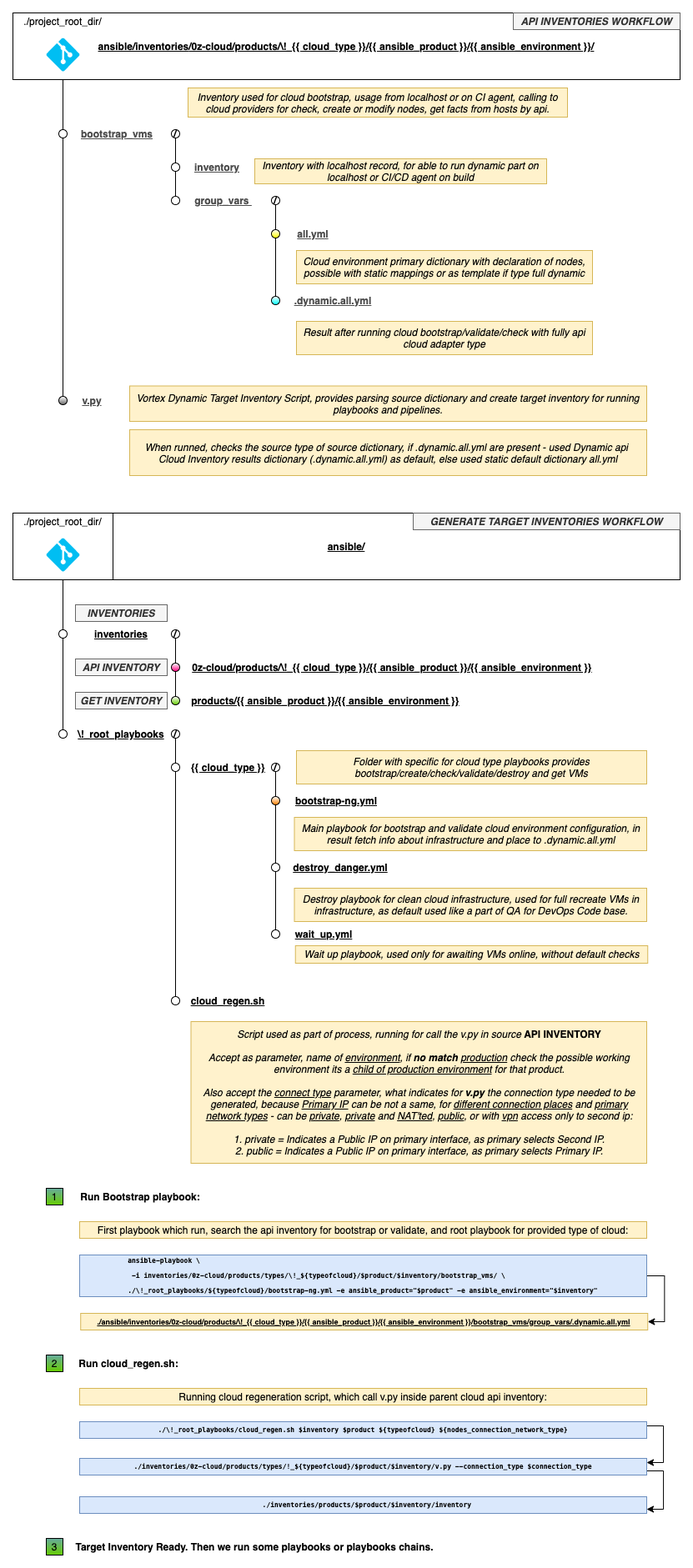
Earlier version of the draw.io export ansible/CI/repo_images/vortex_api_generate_flow.png (0z-cloud/vx). Source tidied: cells renumbered, new cells last; positions are measured from the earlier drawing's top-left corner, leaving out a move shared by most shapes.
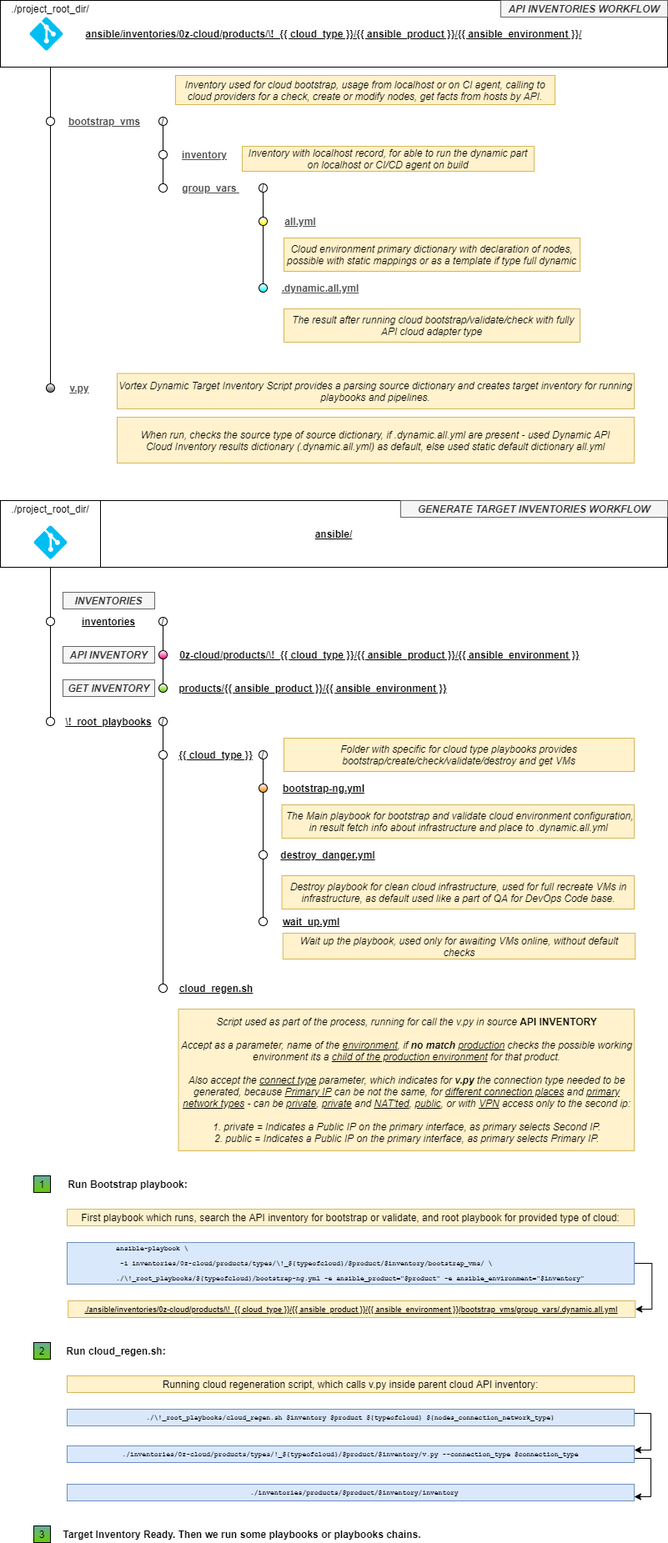
Later version of the same file.

The edit, as a diff of the source:
```diff
@@ -9,7 +9,7 @@
       <mxGeometry width="800" height="80" as="geometry" />
     </mxCell>
     <mxCell id="4" style="verticalLabelPosition=bottom;html=1;verticalAlign=top;align=center;strokeColor=none;fillColor=#00BEF2;shape=mxgraph.azure.git_repository;" parent="1" vertex="1">
-      <mxGeometry x="40" y="30" width="40" height="40" as="geometry" />
+      <mxGeometry x="35" y="20" width="40" height="40" as="geometry" />
     </mxCell>
     <mxCell id="5" value="./project_root_dir/" style="text;html=1;strokeColor=none;fillColor=none;align=center;verticalAlign=middle;whiteSpace=wrap;rounded=0;" parent="1" vertex="1">
       <mxGeometry x="40" width="40" height="20" as="geometry" />
@@ -49,7 +49,7 @@
     <mxCell id="16" value="&lt;u&gt;&lt;b&gt;inventory&lt;/b&gt;&lt;/u&gt;" style="text;html=1;strokeColor=none;fillColor=none;align=center;verticalAlign=middle;whiteSpace=wrap;rounded=0;labelBackgroundColor=none;fontFamily=Helvetica;fontColor=#4D4D4D;" parent="1" vertex="1">
       <mxGeometry x="210" y="175" width="70" height="20" as="geometry" />
     </mxCell>
-    <mxCell id="17" value="Inventory used for cloud bootstrap, usage from localhost or on CI agent, calling to cloud providers for check, create or modify nodes, get facts from hosts by api." style="text;html=1;strokeColor=#d6b656;fillColor=#fff2cc;align=center;verticalAlign=middle;whiteSpace=wrap;rounded=0;fontStyle=2;" parent="1" vertex="1">
+    <mxCell id="17" value="Inventory used for cloud bootstrap, usage from localhost or on CI agent, calling to cloud providers for a check, create or modify nodes, get facts from hosts by API." style="text;html=1;strokeColor=#d6b656;fillColor=#fff2cc;align=center;verticalAlign=middle;whiteSpace=wrap;rounded=0;fontStyle=2;" parent="1" vertex="1">
       <mxGeometry x="210" y="90" width="455" height="35" as="geometry" />
     </mxCell>
     <mxCell id="18" value="&lt;b&gt;&lt;u&gt;group_vars&amp;nbsp;&lt;/u&gt;&lt;/b&gt;" style="text;html=1;strokeColor=none;fillColor=none;align=center;verticalAlign=middle;whiteSpace=wrap;rounded=0;labelBackgroundColor=none;fontFamily=Helvetica;fontColor=#4D4D4D;" parent="1" vertex="1">
@@ -79,13 +79,13 @@
     <mxCell id="25" value="&lt;u&gt;.dynamic.all.yml&lt;/u&gt;" style="text;html=1;strokeColor=none;fillColor=none;align=center;verticalAlign=middle;whiteSpace=wrap;rounded=0;labelBackgroundColor=none;fontFamily=Helvetica;fontColor=#4D4D4D;fontStyle=1;" parent="1" vertex="1">
       <mxGeometry x="330" y="335" width="107.5" height="20" as="geometry" />
     </mxCell>
-    <mxCell id="26" value="Inventory with localhost record, for able to run dynamic part on localhost or CI/CD agent on build" style="text;html=1;strokeColor=#d6b656;fillColor=#fff2cc;align=center;verticalAlign=middle;whiteSpace=wrap;rounded=0;fontStyle=2;" parent="1" vertex="1">
+    <mxCell id="26" value="Inventory with localhost record, for able to run the dynamic part on localhost or CI/CD agent on build" style="text;html=1;strokeColor=#d6b656;fillColor=#fff2cc;align=center;verticalAlign=middle;whiteSpace=wrap;rounded=0;fontStyle=2;" parent="1" vertex="1">
       <mxGeometry x="290" y="175" width="350" height="30" as="geometry" />
     </mxCell>
-    <mxCell id="27" value="Cloud environment primary dictionary with declaration of nodes,&lt;br&gt;possible with static mappings or as template if type full dynamic" style="text;html=1;strokeColor=#d6b656;fillColor=#fff2cc;align=center;verticalAlign=middle;whiteSpace=wrap;rounded=0;fontStyle=2;" parent="1" vertex="1">
+    <mxCell id="27" value="Cloud environment primary dictionary with declaration of nodes,&lt;br&gt;possible with static mappings or as a template if type full dynamic" style="text;html=1;strokeColor=#d6b656;fillColor=#fff2cc;align=center;verticalAlign=middle;whiteSpace=wrap;rounded=0;fontStyle=2;" parent="1" vertex="1">
       <mxGeometry x="340" y="285" width="355" height="40" as="geometry" />
     </mxCell>
-    <mxCell id="28" value="Result after running cloud bootstrap/validate/check with fully api cloud adapter type" style="text;html=1;strokeColor=#d6b656;fillColor=#fff2cc;align=center;verticalAlign=middle;whiteSpace=wrap;rounded=0;fontStyle=2;" parent="1" vertex="1">
+    <mxCell id="28" value="&amp;nbsp;The result after running cloud bootstrap/validate/check with fully API cloud adapter type" style="text;html=1;strokeColor=#d6b656;fillColor=#fff2cc;align=center;verticalAlign=middle;whiteSpace=wrap;rounded=0;fontStyle=2;" parent="1" vertex="1">
       <mxGeometry x="340" y="370" width="355" height="40" as="geometry" />
     </mxCell>
     <mxCell id="29" style="endArrow=none;html=1;fontFamily=Helvetica;fontColor=#4D4D4D;entryX=0.5;entryY=1;entryDx=0;entryDy=0;" parent="1" edge="1" source="30" target="7">
@@ -102,10 +102,10 @@
     <mxCell id="32" value="v.py" style="text;html=1;strokeColor=none;fillColor=none;align=center;verticalAlign=middle;whiteSpace=wrap;rounded=0;labelBackgroundColor=none;fontFamily=Helvetica;fontColor=#4D4D4D;fontStyle=5;" parent="1" vertex="1">
       <mxGeometry x="80" y="455" width="30" height="20" as="geometry" />
     </mxCell>
-    <mxCell id="33" value="Vortex Dynamic Target Inventory Script, provides parsing source dictionary and create target inventory for running playbooks and pipelines." style="text;html=1;strokeColor=#d6b656;fillColor=#fff2cc;align=center;verticalAlign=middle;whiteSpace=wrap;rounded=0;fontStyle=2;" parent="1" vertex="1">
+    <mxCell id="33" value="Vortex Dynamic Target Inventory Script provides a parsing source dictionary and creates target inventory for running playbooks and pipelines." style="text;html=1;strokeColor=#d6b656;fillColor=#fff2cc;align=center;verticalAlign=middle;whiteSpace=wrap;rounded=0;fontStyle=2;" parent="1" vertex="1">
       <mxGeometry x="140" y="447.5" width="620" height="42.5" as="geometry" />
     </mxCell>
-    <mxCell id="34" value="&lt;span style=&quot;font-style: italic&quot;&gt;When runned, checks the source type of source dictionary, if .dynamic.all.yml are present - used Dynamic api &lt;br&gt;Cloud Inventory results dictionary (.dynamic.all.yml)&amp;nbsp;&lt;/span&gt;&lt;span style=&quot;font-style: italic&quot;&gt;as default, else used static default dictionary all.yml&lt;/span&gt;" style="text;html=1;strokeColor=#d6b656;fillColor=#fff2cc;align=center;verticalAlign=middle;whiteSpace=wrap;rounded=0;labelBackgroundColor=none;fontFamily=Helvetica;" parent="1" vertex="1">
+    <mxCell id="34" value="&lt;span style=&quot;font-style: italic&quot;&gt;When run, checks the source type of source dictionary, if .dynamic.all.yml are present - used Dynamic API&lt;br&gt;Cloud Inventory results dictionary (.dynamic.all.yml)&amp;nbsp;&lt;/span&gt;&lt;span style=&quot;font-style: italic&quot;&gt;as default, else used static default dictionary all.yml&lt;/span&gt;" style="text;html=1;strokeColor=#d6b656;fillColor=#fff2cc;align=center;verticalAlign=middle;whiteSpace=wrap;rounded=0;labelBackgroundColor=none;fontFamily=Helvetica;" parent="1" vertex="1">
       <mxGeometry x="140" y="500" width="620" height="55" as="geometry" />
     </mxCell>
     <mxCell id="35" style="rounded=0;whiteSpace=wrap;html=1;" parent="1" vertex="1">
@@ -229,7 +229,7 @@
     <mxCell id="71" value="&lt;b&gt;&lt;u&gt;wait_up.yml&lt;/u&gt;&lt;/b&gt;" style="text;html=1;strokeColor=none;fillColor=none;align=center;verticalAlign=middle;whiteSpace=wrap;rounded=0;labelBackgroundColor=none;fontFamily=Helvetica;fontColor=#000000;" parent="1" vertex="1">
       <mxGeometry x="337.5" y="1095" width="70" height="20" as="geometry" />
     </mxCell>
-    <mxCell id="72" value="Main playbook for bootstrap and validate cloud environment configuration, in result fetch info about infrastructure and place to .dynamic.all.yml" style="text;html=1;strokeColor=#d6b656;fillColor=#fff2cc;align=center;verticalAlign=middle;whiteSpace=wrap;rounded=0;fontStyle=2;" parent="1" vertex="1">
+    <mxCell id="72" value="&amp;nbsp;The Main playbook for bootstrap and validate cloud environment configuration, in result fetch info about infrastructure and place to .dynamic.all.yml" style="text;html=1;strokeColor=#d6b656;fillColor=#fff2cc;align=center;verticalAlign=middle;whiteSpace=wrap;rounded=0;fontStyle=2;" parent="1" vertex="1">
       <mxGeometry x="337.5" y="965" width="422.5" height="40" as="geometry" />
     </mxCell>
     <mxCell id="73" value="Folder with specific for cloud type playbooks provides bootstrap/create/check/validate/destroy and get VMs" style="text;html=1;strokeColor=#d6b656;fillColor=#fff2cc;align=center;verticalAlign=middle;whiteSpace=wrap;rounded=0;fontStyle=2;" parent="1" vertex="1">
@@ -238,8 +238,8 @@
     <mxCell id="74" value="Destroy playbook for clean cloud infrastructure, used for full recreate VMs in infrastructure, as default used like a part of QA for DevOps Code base." style="text;html=1;strokeColor=#d6b656;fillColor=#fff2cc;align=center;verticalAlign=middle;whiteSpace=wrap;rounded=0;fontStyle=2;" parent="1" vertex="1">
       <mxGeometry x="337.5" y="1050" width="422.5" height="40" as="geometry" />
     </mxCell>
-    <mxCell id="75" value="Wait up playbook, used only for awaiting VMs online, without default checks" style="text;html=1;strokeColor=#d6b656;fillColor=#fff2cc;align=center;verticalAlign=middle;whiteSpace=wrap;rounded=0;fontStyle=2;" parent="1" vertex="1">
-      <mxGeometry x="338.8" y="1119" width="422.5" height="21" as="geometry" />
+    <mxCell id="75" value="Wait up the playbook, used only for awaiting VMs online, without default checks" style="text;html=1;strokeColor=#d6b656;fillColor=#fff2cc;align=center;verticalAlign=middle;whiteSpace=wrap;rounded=0;fontStyle=2;" parent="1" vertex="1">
+      <mxGeometry x="338.8" y="1119" width="422.5" height="31" as="geometry" />
     </mxCell>
     <mxCell id="76" value="&lt;b&gt;&lt;u&gt;cloud_regen.sh&lt;/u&gt;&lt;/b&gt;" style="text;html=1;strokeColor=none;fillColor=none;align=center;verticalAlign=middle;whiteSpace=wrap;rounded=0;labelBackgroundColor=none;fontFamily=Helvetica;fontColor=#000000;" parent="1" vertex="1">
       <mxGeometry x="213.5" y="1180" width="90" height="10" as="geometry" />
@@ -247,7 +247,7 @@
     <mxCell id="77" style="ellipse;whiteSpace=wrap;html=1;" parent="1" vertex="1">
       <mxGeometry x="190" y="1180" width="10" height="10" as="geometry" />
     </mxCell>
-    <mxCell id="78" value="Script used as part of process, running for call the v.py in source &lt;b style=&quot;font-style: normal&quot;&gt;API INVENTORY&lt;br&gt;&lt;/b&gt;&lt;br&gt;Accept as parameter, name of &lt;u&gt;environment&lt;/u&gt;, if &lt;b&gt;no match &lt;/b&gt;&lt;u&gt;production&lt;/u&gt; check the possible working environment its a &lt;u&gt;child of production environment&lt;/u&gt; for that product.&lt;br&gt;&lt;br&gt;Also accept the &lt;u&gt;connect type&lt;/u&gt; parameter, what indicates for &lt;b&gt;v.py&lt;/b&gt; the connection type needed to be generated, because &lt;u&gt;Primary IP&lt;/u&gt;&amp;nbsp;can be not a same, for &lt;u&gt;different connection places&lt;/u&gt; and &lt;u&gt;primary network types&lt;/u&gt; - can be &lt;u&gt;private&lt;/u&gt;, &lt;u&gt;private&lt;/u&gt; and &lt;u&gt;NAT'ted&lt;/u&gt;, &lt;u&gt;public&lt;/u&gt;, or with &lt;u&gt;vpn&lt;/u&gt; access only to second ip:&lt;br&gt;&lt;br&gt;1. private = Indicates a Public IP on primary interface, as primary selects Second IP.&lt;br&gt;2. public = Indicates a Public IP on primary interface, as primary selects Primary IP." style="text;html=1;strokeColor=#d6b656;fillColor=#fff2cc;align=center;verticalAlign=middle;whiteSpace=wrap;rounded=0;fontStyle=2;" parent="1" vertex="1">
+    <mxCell id="78" value="Script used as part of the process, running for call the v.py in source &lt;b style=&quot;font-style: normal&quot;&gt;API INVENTORY&lt;br&gt;&lt;/b&gt;&lt;br&gt;Accept as a parameter, name of the&amp;nbsp;&lt;u&gt;environment&lt;/u&gt;, if &lt;b&gt;no match &lt;/b&gt;&lt;u&gt;production&lt;/u&gt; checks the possible working environment its a &lt;u&gt;child of the production environment&lt;/u&gt; for that product.&lt;br&gt;&lt;br&gt;Also accept the &lt;u&gt;connect type&lt;/u&gt; parameter, which indicates for &lt;b&gt;v.py&lt;/b&gt; the connection type needed to be generated, because &lt;u&gt;Primary IP&lt;/u&gt;&amp;nbsp;can be not the same, for &lt;u&gt;different connection places&lt;/u&gt; and &lt;u&gt;primary network types&lt;/u&gt; - can be &lt;u&gt;private&lt;/u&gt;, &lt;u&gt;private&lt;/u&gt; and &lt;u&gt;NAT'ted&lt;/u&gt;, &lt;u&gt;public&lt;/u&gt;, or with &lt;u&gt;VPN&lt;/u&gt;&amp;nbsp;access only to the second ip:&lt;br&gt;&lt;br&gt;1. private = Indicates a Public IP on the primary interface, as primary selects Second IP.&lt;br&gt;2. public = Indicates a Public IP on the primary interface, as primary selects Primary IP." style="text;html=1;strokeColor=#d6b656;fillColor=#fff2cc;align=center;verticalAlign=middle;whiteSpace=wrap;rounded=0;fontStyle=2;" parent="1" vertex="1">
       <mxGeometry x="213.5" y="1210" width="546.5" height="170" as="geometry" />
     </mxCell>
     <mxCell id="79" style="edgeStyle=orthogonalEdgeStyle;rounded=0;jettySize=auto;html=1;exitX=1;exitY=0.5;exitDx=0;exitDy=0;entryX=1;entryY=0.5;entryDx=0;entryDy=0;fontFamily=Helvetica;fontSize=9;fontColor=#000000;" parent="1" edge="1" source="80" target="86">
@@ -256,7 +256,7 @@
     <mxCell id="80" value="&lt;div style=&quot;font-family: &amp;#34;menlo&amp;#34; , &amp;#34;monaco&amp;#34; , &amp;#34;courier new&amp;#34; , monospace ; line-height: 18px ; font-size: 8px&quot;&gt;&lt;div style=&quot;text-align: left ; font-family: &amp;#34;menlo&amp;#34; , &amp;#34;monaco&amp;#34; , &amp;#34;courier new&amp;#34; , monospace ; line-height: 18px&quot;&gt;&lt;b&gt;ansible-playbook \&lt;/b&gt;&lt;/div&gt;&lt;div style=&quot;text-align: left ; font-family: &amp;#34;menlo&amp;#34; , &amp;#34;monaco&amp;#34; , &amp;#34;courier new&amp;#34; , monospace ; line-height: 18px&quot;&gt;&lt;b&gt;&amp;nbsp;-i inventories/0z-cloud/products/types/&lt;span&gt;\!&lt;/span&gt;_&lt;span&gt;${typeofcloud}&lt;/span&gt;/&lt;span&gt;$product&lt;/span&gt;/&lt;span&gt;$inventory&lt;/span&gt;/bootstrap_vms/ \&lt;/b&gt;&lt;/div&gt;&lt;div style=&quot;text-align: left ; font-family: &amp;#34;menlo&amp;#34; , &amp;#34;monaco&amp;#34; , &amp;#34;courier new&amp;#34; , monospace ; line-height: 18px&quot;&gt;&lt;b&gt;./&lt;span&gt;\!&lt;/span&gt;_root_playbooks/&lt;span&gt;${typeofcloud}&lt;/span&gt;/bootstrap-ng.yml -e ansible_product=&lt;span&gt;&quot;&lt;/span&gt;&lt;span&gt;$product&lt;/span&gt;&lt;span&gt;&quot;&lt;/span&gt; -e ansible_environment=&lt;span&gt;&quot;&lt;/span&gt;&lt;span&gt;$inventory&lt;/span&gt;&lt;span&gt;&quot;&lt;/span&gt;&lt;/b&gt;&lt;/div&gt;&lt;/div&gt;" style="text;html=1;align=center;verticalAlign=middle;whiteSpace=wrap;rounded=0;labelBackgroundColor=none;fontFamily=Helvetica;fillColor=#dae8fc;strokeColor=#6c8ebf;" parent="1" vertex="1">
       <mxGeometry x="80" y="1490" width="680" height="50" as="geometry" />
     </mxCell>
-    <mxCell id="81" value="First playbook which run, search the api inventory for bootstrap or validate, and root playbook for provided type of cloud:" style="text;html=1;strokeColor=#d6b656;fillColor=#fff2cc;align=center;verticalAlign=middle;whiteSpace=wrap;rounded=0;labelBackgroundColor=none;fontFamily=Helvetica;" parent="1" vertex="1">
+    <mxCell id="81" value="First playbook which runs, search the API inventory for bootstrap or validate, and root playbook for provided type of cloud:" style="text;html=1;strokeColor=#d6b656;fillColor=#fff2cc;align=center;verticalAlign=middle;whiteSpace=wrap;rounded=0;labelBackgroundColor=none;fontFamily=Helvetica;" parent="1" vertex="1">
       <mxGeometry x="80" y="1450" width="680" height="20" as="geometry" />
     </mxCell>
     <mxCell id="82" style="group;" parent="1" vertex="1">
@@ -280,7 +280,7 @@
     <mxCell id="88" value="&lt;div style=&quot;font-family: &amp;quot;menlo&amp;quot; , &amp;quot;monaco&amp;quot; , &amp;quot;courier new&amp;quot; , monospace ; font-size: 8px ; line-height: 18px&quot;&gt;./&lt;span&gt;\!&lt;/span&gt;_root_playbooks/cloud_regen.sh &lt;span&gt;$inventory&lt;/span&gt; &lt;span&gt;$product&lt;/span&gt; &lt;span&gt;${typeofcloud}&lt;/span&gt; &lt;span&gt;${nodes_connection_network_type}&lt;/span&gt;&lt;/div&gt;" style="text;html=1;strokeColor=#6c8ebf;fillColor=#dae8fc;align=center;verticalAlign=middle;whiteSpace=wrap;rounded=0;labelBackgroundColor=none;fontFamily=Helvetica;fontSize=9;fontStyle=1;" parent="1" vertex="1">
       <mxGeometry x="80" y="1690" width="680" height="20" as="geometry" />
     </mxCell>
-    <mxCell id="89" value="Running cloud regeneration script, which call v.py inside parent cloud api inventory:" style="text;html=1;strokeColor=#d6b656;fillColor=#fff2cc;align=center;verticalAlign=middle;whiteSpace=wrap;rounded=0;labelBackgroundColor=none;fontFamily=Helvetica;" parent="1" vertex="1">
+    <mxCell id="89" value="Running cloud regeneration script, which calls v.py inside parent cloud API inventory:" style="text;html=1;strokeColor=#d6b656;fillColor=#fff2cc;align=center;verticalAlign=middle;whiteSpace=wrap;rounded=0;labelBackgroundColor=none;fontFamily=Helvetica;" parent="1" vertex="1">
       <mxGeometry x="80" y="1650" width="680" height="20" as="geometry" />
     </mxCell>
     <mxCell id="90" value="1" style="rounded=0;whiteSpace=wrap;html=1;labelBackgroundColor=none;fillColor=#67AB9F;gradientColor=#66CC00;fontFamily=Helvetica;fontColor=#000000;" parent="1" vertex="1">
```
